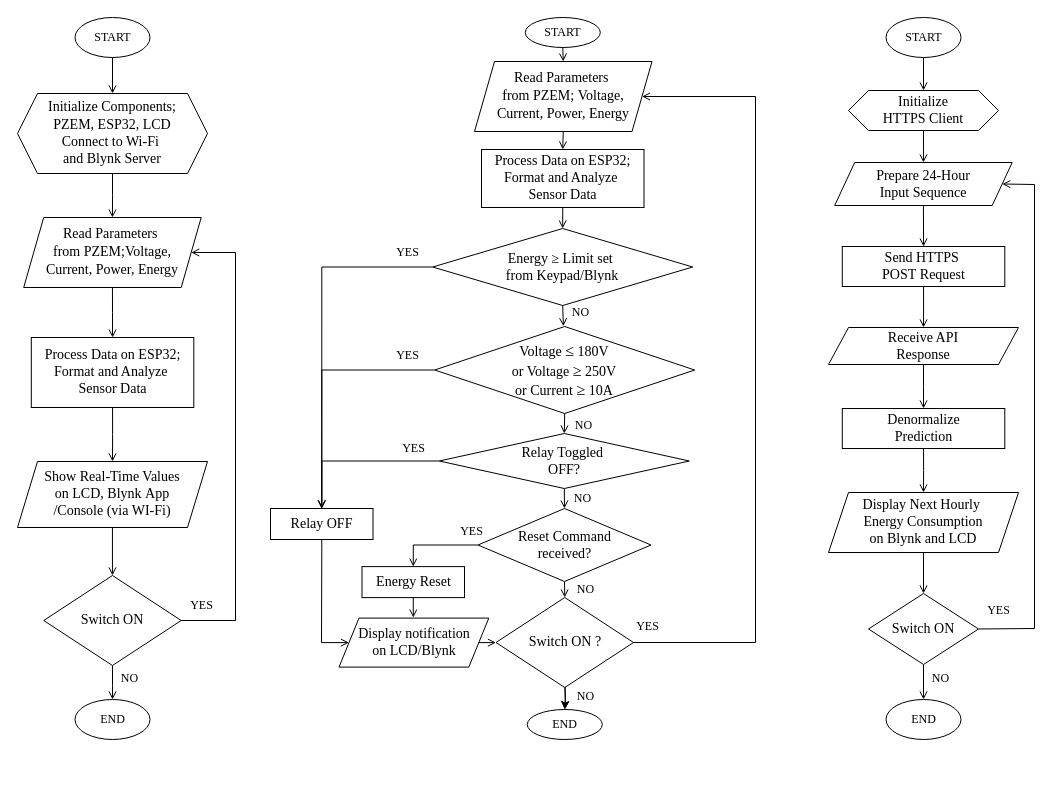
Before: Control Flowchart.drawio in Adeolu-Aremu/AIoT-Energy-Meter, a draw.io diagram. Source tidied: cells renumbered, new cells numbered last; positions are measured from the earlier drawing's top-left corner, leaving out a move shared by most shapes. Both pictures are drawn from the tidied source at 100%, with x=0, y=0 at pixel (17, 17).
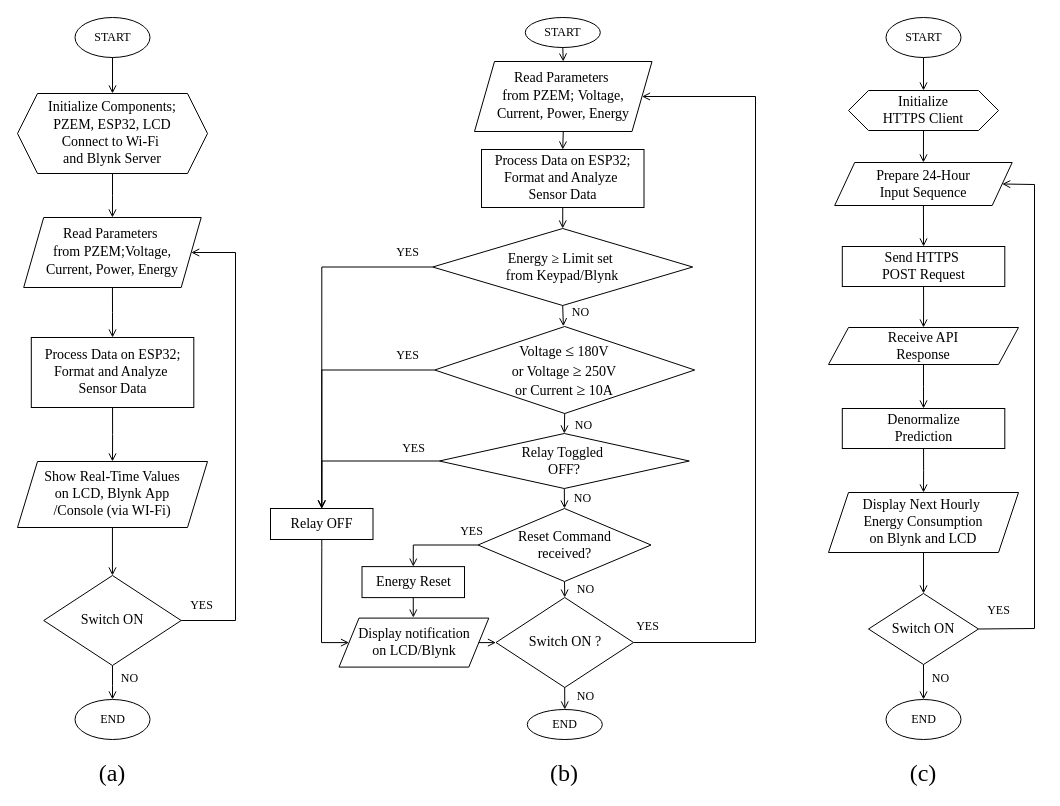
Above is the later version.

The change refers to these unchanged cells:
```xml
<mxCell id="5" value="&lt;font face=&quot;Times New Roman&quot;&gt;END&lt;/font&gt;" style="ellipse;whiteSpace=wrap;html=1;" parent="1" vertex="1">
  <mxGeometry x="509.8" y="692" width="75" height="30" as="geometry" />
</mxCell>
<mxCell id="10" value="&lt;h6&gt;&lt;span style=&quot;color: light-dark(rgb(0, 0, 0), rgb(255, 255, 255)); font-weight: normal;&quot;&gt;&lt;font style=&quot;font-size: 12px;&quot; face=&quot;Times New Roman&quot;&gt;NO&lt;/font&gt;&lt;/span&gt;&lt;/h6&gt;&lt;div&gt;&lt;/div&gt;" style="text;html=1;align=center;verticalAlign=middle;points=[];strokeColor=none;fillColor=none;" parent="1" vertex="1">
  <mxGeometry x="547.5" y="644" width="40" height="70" as="geometry" />
</mxCell>
```

Change to the diagram source:
```diff
@@
-    <mxCell id="7" style="edgeStyle=orthogonalEdgeStyle;rounded=0;jettySize=auto;html=1;endArrow=open;endFill=0;" parent="1" edge="1" target="5">
-      <mxGeometry relative="1" as="geometry">
-        <mxPoint x="547.3" y="661" as="sourcePoint" />
-      </mxGeometry>
-    </mxCell>
-    <mxCell id="8" style="edgeStyle=orthogonalEdgeStyle;rounded=0;jettySize=auto;html=1;" parent="1" edge="1" target="5">
-      <mxGeometry relative="1" as="geometry">
-        <mxPoint x="547.3" y="661" as="sourcePoint" />
-      </mxGeometry>
-    </mxCell>
@@
+    <mxCell id="77" value="&lt;font style=&quot;font-size: 24px;&quot; face=&quot;Times New Roman&quot;&gt;(a)&lt;/font&gt;" style="text;strokeColor=none;align=center;fillColor=none;html=1;verticalAlign=middle;whiteSpace=wrap;rounded=0;" parent="1" vertex="1">
+      <mxGeometry x="65" y="741" width="60" height="30" as="geometry" />
+    </mxCell>
+    <mxCell id="78" value="&lt;font style=&quot;font-size: 24px;&quot; face=&quot;Times New Roman&quot;&gt;(b)&lt;/font&gt;" style="text;strokeColor=none;align=center;fillColor=none;html=1;verticalAlign=middle;whiteSpace=wrap;rounded=0;" parent="1" vertex="1">
+      <mxGeometry x="517.2" y="741" width="60" height="30" as="geometry" />
+    </mxCell>
+    <mxCell id="79" style="edgeStyle=orthogonalEdgeStyle;rounded=0;jettySize=auto;html=1;endArrow=open;endFill=0;entryX=0.5;entryY=0;entryDx=0;entryDy=0;exitX=-0.008;exitY=0.37;exitDx=0;exitDy=0;exitPerimeter=0;" parent="1" edge="1" source="10" target="5">
+      <mxGeometry relative="1" as="geometry" />
+    </mxCell>
+    <mxCell id="80" value="&lt;font style=&quot;font-size: 24px;&quot; face=&quot;Times New Roman&quot;&gt;(c)&lt;/font&gt;" style="text;strokeColor=none;align=center;fillColor=none;html=1;verticalAlign=middle;whiteSpace=wrap;rounded=0;" parent="1" vertex="1">
+      <mxGeometry x="876" y="741" width="60" height="30" as="geometry" />
+    </mxCell>
```
